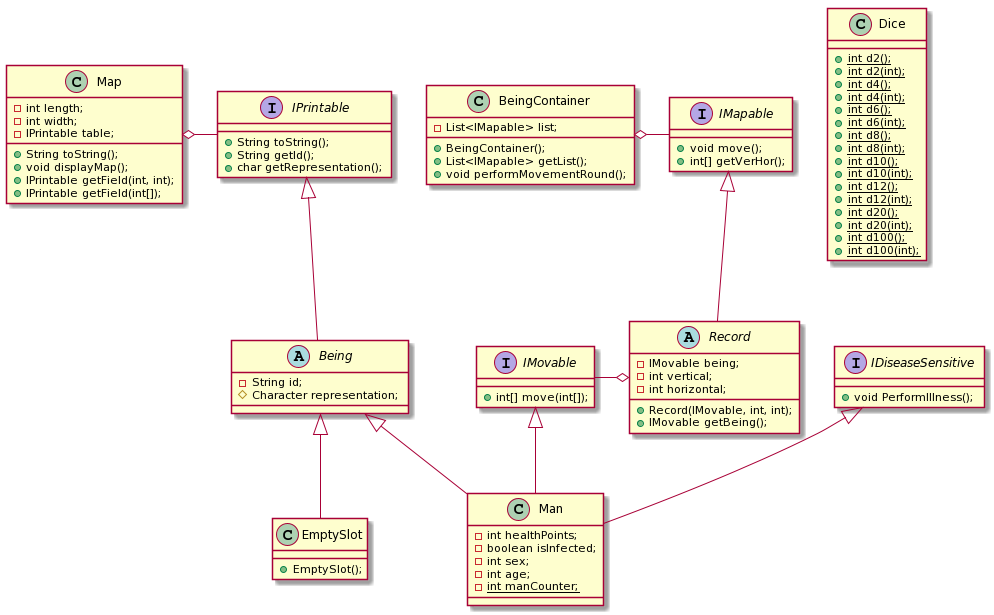
This is class_diagram/class_diagram.png from karolWazny/plague-repo, a PlantUML export, as it was before one commit.
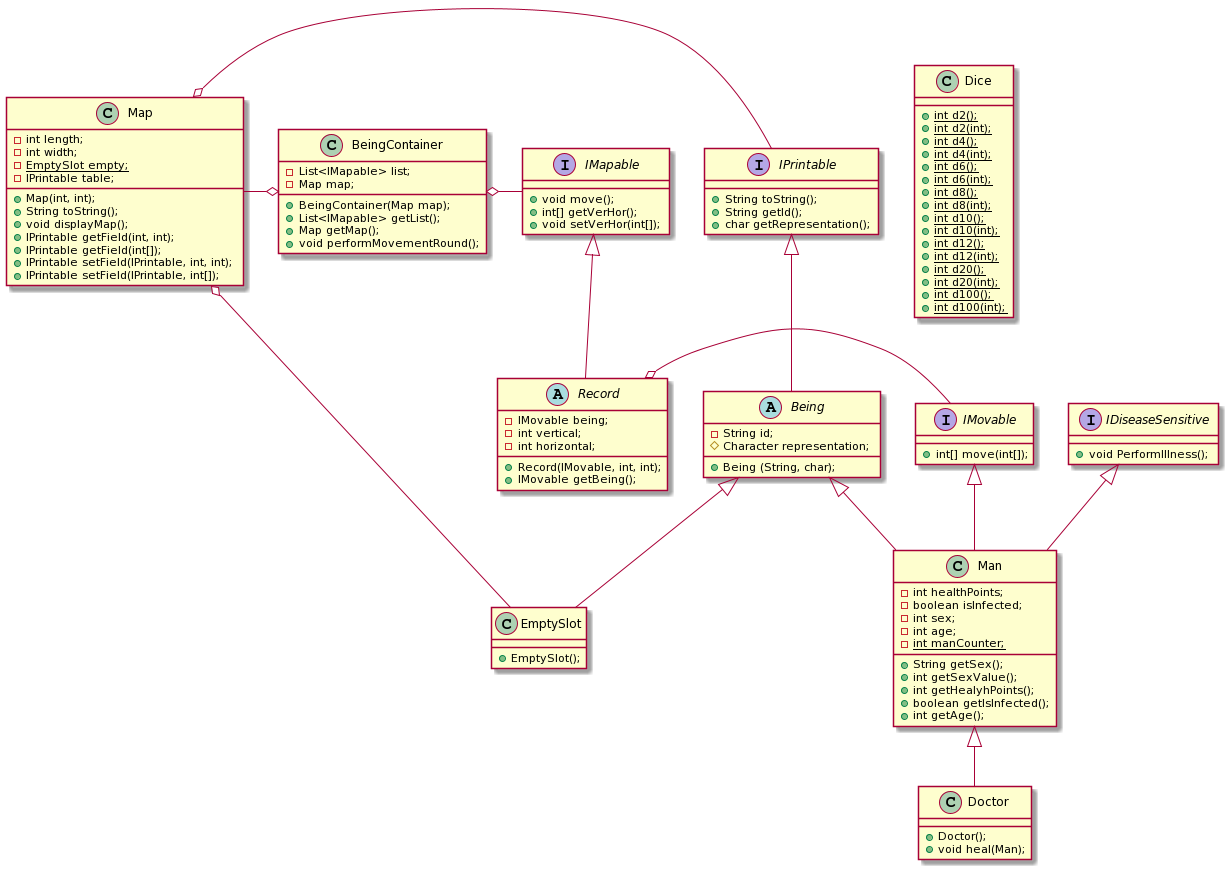
Above is the later version.

Commit message:
diagram klas update

The edit, as a diff of the source:
```diff
@@ -3,11 +3,15 @@
 {
 - int length;
 - int width;
+- {static} EmptySlot empty;
 - IPrintable table;
++ Map(int, int);
 + String toString();
 + void displayMap();
 + IPrintable getField(int, int);
 + IPrintable getField(int[]);
++ IPrintable setField(IPrintable, int, int);
++ IPrintable setField(IPrintable, int[]);
 }
 
 interface IPrintable
@@ -21,7 +25,7 @@
 {
 - String id;
 # Character representation;
-
++ Being (String, char);
 }
 
 abstract class Record
@@ -37,13 +41,16 @@
 {
 + void move();
 + int[] getVerHor();
++ void setVerHor(int[]);
 }
 
 class BeingContainer
 {
 - List<IMapable> list;
-+ BeingContainer();
+- Map map;
++ BeingContainer(Map map);
 + List<IMapable> getList();
++ Map getMap();
 + void performMovementRound();
 }
 
@@ -69,6 +76,11 @@
 - int sex;
 -  int age;
 - {static} int manCounter;
++ String getSex();
++ int getSexValue();
++ int getHealyhPoints();
++ boolean getIsInfected();
++ int getAge();
 }
 
 class Dice
@@ -91,6 +103,12 @@
 + {static} int d100(int);
 }
 
+class Doctor
+{
++ Doctor();
++ void heal(Man);
+}
+
 Map o- IPrintable
 IPrintable <|-- Being
 Being <|-- EmptySlot
@@ -100,4 +118,7 @@
 IMovable <|-- Man
 IDiseaseSensitive <|-- Man
 IMovable -o Record
+Map o- EmptySlot
+Map -o BeingContainer
+Man <|-- Doctor
 @enduml
```
